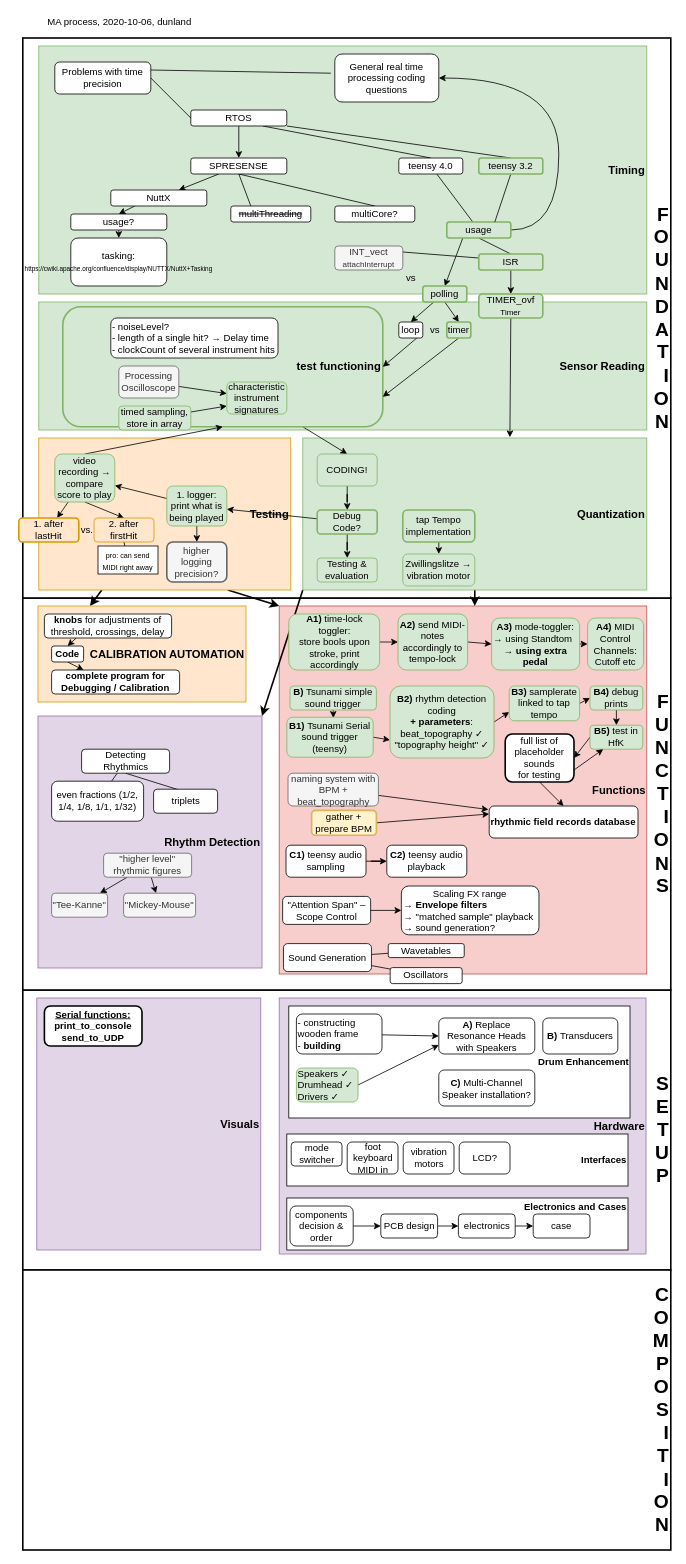
Before: page "current" (1 of 6) of Doc/MA_progress.drawio in dunland/muscle, a draw.io diagram. Source tidied: cells renumbered, new cells numbered last; positions are measured from the earlier drawing's top-left corner, leaving out a move shared by most shapes. Both pictures are drawn from the tidied source at 80%, with x=0, y=0 at pixel (18, 14).
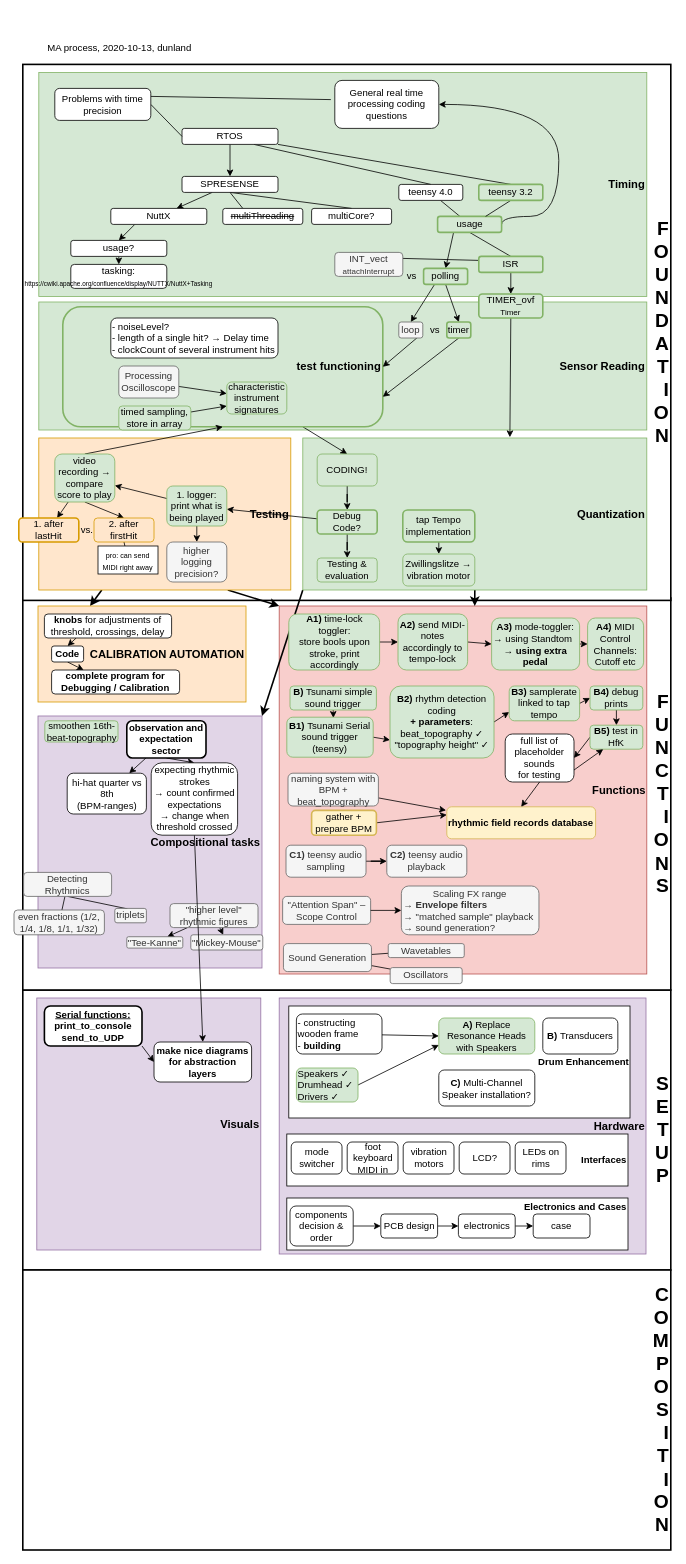
The same page after the edit.

Unchanged cells that the change refers to:
```xml
<mxCell id="125" value="&lt;b&gt;&lt;u&gt;Serial functions:&lt;br&gt;&lt;/u&gt;print_to_console&lt;/b&gt;&lt;br&gt;&lt;b&gt;send_to_UDP&lt;/b&gt;" style="rounded=1;whiteSpace=wrap;html=1;strokeWidth=2;" parent="1" vertex="1">
  <mxGeometry x="32" y="1240" width="122" height="50" as="geometry" />
</mxCell>
```

Diff of the diagram source:
```diff
@@
     <mxCell id="6" value="&lt;h1&gt;F&lt;br&gt;O&lt;br&gt;U&lt;br&gt;N&lt;br&gt;D&lt;br&gt;A&lt;br&gt;T&lt;br&gt;I&lt;br&gt;O&lt;br&gt;N&lt;/h1&gt;" style="rounded=0;whiteSpace=wrap;html=1;strokeWidth=2;align=right;" parent="1" vertex="1">
-      <mxGeometry x="5" y="30" width="810" height="700" as="geometry" />
+      <mxGeometry x="5" y="63" width="810" height="670" as="geometry" />
     </mxCell>
@@
     <mxCell id="11" value="&lt;font size=&quot;1&quot;&gt;&lt;b style=&quot;font-size: 14px&quot;&gt;Timing&lt;/b&gt;&lt;/font&gt;" style="rounded=0;whiteSpace=wrap;html=1;align=right;strokeColor=#82b366;fillColor=#d5e8d4;" parent="1" vertex="1">
-      <mxGeometry x="25" y="40" width="760" height="310" as="geometry" />
+      <mxGeometry x="25" y="73" width="760" height="280" as="geometry" />
     </mxCell>
@@
     <mxCell id="15" value="RTOS" style="rounded=1;whiteSpace=wrap;html=1;" parent="1" vertex="1">
-      <mxGeometry x="215" y="120" width="120" height="20" as="geometry" />
+      <mxGeometry x="204" y="143" width="120" height="20" as="geometry" />
     </mxCell>
@@
     <mxCell id="19" value="SPRESENSE" style="rounded=1;whiteSpace=wrap;html=1;" parent="1" vertex="1">
-      <mxGeometry x="215" y="180" width="120" height="20" as="geometry" />
+      <mxGeometry x="204" y="203" width="120" height="20" as="geometry" />
     </mxCell>
@@
     <mxCell id="21" value="NuttX" style="rounded=1;whiteSpace=wrap;html=1;" parent="1" vertex="1">
-      <mxGeometry x="115" y="220" width="120" height="20" as="geometry" />
+      <mxGeometry x="115" y="243" width="120" height="20" as="geometry" />
     </mxCell>
     <mxCell id="22" value="tasking:&lt;br&gt;&lt;div&gt;&lt;font style=&quot;font-size: 8px&quot;&gt;https://cwiki.apache.org/confluence/display/NUTTX/NuttX+Tasking&lt;/font&gt;&lt;/div&gt;" style="rounded=1;whiteSpace=wrap;html=1;" parent="1" vertex="1">
-      <mxGeometry x="65" y="280" width="120" height="60" as="geometry" />
+      <mxGeometry x="65" y="313" width="120" height="30" as="geometry" />
     </mxCell>
@@
     <mxCell id="24" value="teensy 4.0" style="rounded=1;whiteSpace=wrap;html=1;" parent="1" vertex="1">
-      <mxGeometry x="475" y="180" width="80" height="20" as="geometry" />
+      <mxGeometry x="475" y="213" width="80" height="20" as="geometry" />
     </mxCell>
     <mxCell id="25" style="edgeStyle=orthogonalEdgeStyle;rounded=0;jettySize=auto;html=1;exitX=1;exitY=0.5;exitDx=0;exitDy=0;entryX=1;entryY=0.5;entryDx=0;entryDy=0;endArrow=classic;endFill=1;curved=1;" parent="1" edge="1" source="28" target="34">
       <mxGeometry relative="1" as="geometry">
         <Array as="points">
-          <mxPoint x="675" y="270" />
-          <mxPoint x="675" y="80" />
+          <mxPoint x="603" y="253" />
+          <mxPoint x="675" y="253" />
+          <mxPoint x="675" y="113" />
         </Array>
       </mxGeometry>
     </mxCell>
@@
     <mxCell id="28" value="usage" style="rounded=1;whiteSpace=wrap;html=1;strokeWidth=2;fillColor=#d5e8d4;strokeColor=#82b366;" parent="1" vertex="1">
-      <mxGeometry x="535" y="260" width="80" height="20" as="geometry" />
+      <mxGeometry x="523.5" y="253" width="80" height="20" as="geometry" />
     </mxCell>
@@
     <mxCell id="30" value="teensy 3.2" style="rounded=1;whiteSpace=wrap;html=1;strokeWidth=2;fillColor=#d5e8d4;strokeColor=#82b366;" parent="1" vertex="1">
-      <mxGeometry x="575" y="180" width="80" height="20" as="geometry" />
+      <mxGeometry x="575" y="213" width="80" height="20" as="geometry" />
     </mxCell>
@@
     <mxCell id="33" value="Problems with time precision" style="rounded=1;whiteSpace=wrap;html=1;" parent="1" vertex="1">
-      <mxGeometry x="45" y="60" width="120" height="40" as="geometry" />
+      <mxGeometry x="45" y="93" width="120" height="40" as="geometry" />
     </mxCell>
     <mxCell id="34" value="General real time processing coding questions" style="rounded=1;whiteSpace=wrap;html=1;" parent="1" vertex="1">
-      <mxGeometry x="395" y="50" width="130" height="60" as="geometry" />
+      <mxGeometry x="395" y="83" width="130" height="60" as="geometry" />
     </mxCell>
     <mxCell id="35" value="&lt;strike&gt;multiThreading&lt;/strike&gt;" style="rounded=1;whiteSpace=wrap;html=1;" parent="1" vertex="1">
-      <mxGeometry x="265" y="240" width="100" height="20" as="geometry" />
+      <mxGeometry x="255" y="243" width="100" height="20" as="geometry" />
     </mxCell>
     <mxCell id="36" value="multiCore?" style="rounded=1;whiteSpace=wrap;html=1;" parent="1" vertex="1">
-      <mxGeometry x="395" y="240" width="100" height="20" as="geometry" />
+      <mxGeometry x="366" y="243" width="100" height="20" as="geometry" />
     </mxCell>
-    <mxCell id="37" value="&lt;font size=&quot;1&quot;&gt;&lt;b style=&quot;font-size: 14px&quot;&gt;Rhythm Detection&lt;/b&gt;&lt;/font&gt;" style="rounded=0;whiteSpace=wrap;html=1;align=right;fillColor=#e1d5e7;strokeColor=#9673a6;" parent="1" vertex="1">
+    <mxCell id="37" value="&lt;font size=&quot;1&quot;&gt;&lt;b style=&quot;font-size: 14px&quot;&gt;Compositional tasks&lt;/b&gt;&lt;/font&gt;" style="rounded=0;whiteSpace=wrap;html=1;align=right;fillColor=#e1d5e7;strokeColor=#9673a6;" parent="1" vertex="1">
       <mxGeometry x="24" y="877.5" width="280" height="315" as="geometry" />
     </mxCell>
@@
-    <mxCell id="41" value="Sound Generation" style="rounded=1;whiteSpace=wrap;html=1;" parent="1" vertex="1">
+    <mxCell id="41" value="Sound Generation" style="rounded=1;whiteSpace=wrap;html=1;fillColor=#f5f5f5;strokeColor=#666666;fontColor=#333333;" parent="1" vertex="1">
       <mxGeometry x="330.8" y="1162" width="110" height="35" as="geometry" />
     </mxCell>
-    <mxCell id="42" value="Wavetables" style="rounded=1;whiteSpace=wrap;html=1;" parent="1" vertex="1">
+    <mxCell id="42" value="Wavetables" style="rounded=1;whiteSpace=wrap;html=1;fillColor=#f5f5f5;strokeColor=#666666;fontColor=#333333;" parent="1" vertex="1">
       <mxGeometry x="461.8" y="1162" width="95" height="17.5" as="geometry" />
     </mxCell>
-    <mxCell id="43" value="Oscillators" style="rounded=1;whiteSpace=wrap;html=1;" parent="1" vertex="1">
+    <mxCell id="43" value="Oscillators" style="rounded=1;whiteSpace=wrap;html=1;fillColor=#f5f5f5;strokeColor=#666666;fontColor=#333333;" parent="1" vertex="1">
       <mxGeometry x="464.2" y="1192" width="90" height="20" as="geometry" />
     </mxCell>
-    <mxCell id="44" value="&quot;Attention Span&quot; ‒ Scope Control" style="rounded=1;whiteSpace=wrap;html=1;" parent="1" vertex="1">
+    <mxCell id="44" value="&quot;Attention Span&quot; ‒ Scope Control" style="rounded=1;whiteSpace=wrap;html=1;fillColor=#f5f5f5;strokeColor=#666666;fontColor=#333333;" parent="1" vertex="1">
       <mxGeometry x="329.8" y="1103" width="110" height="35" as="geometry" />
     </mxCell>
@@
-    <mxCell id="47" value="Detecting Rhythmics" style="rounded=1;whiteSpace=wrap;html=1;" parent="1" vertex="1">
-      <mxGeometry x="78.5" y="919" width="110" height="30" as="geometry" />
+    <mxCell id="47" value="Detecting Rhythmics" style="rounded=1;whiteSpace=wrap;html=1;fillColor=#f5f5f5;strokeColor=#666666;fontColor=#333333;" parent="1" vertex="1">
+      <mxGeometry x="6" y="1073" width="110" height="30" as="geometry" />
     </mxCell>
-    <mxCell id="48" value="even fractions (1/2, 1/4, 1/8, 1/1, 1/32)" style="rounded=1;whiteSpace=wrap;html=1;" parent="1" vertex="1">
-      <mxGeometry x="41" y="959" width="115" height="50" as="geometry" />
+    <mxCell id="48" value="even fractions (1/2, 1/4, 1/8, 1/1, 1/32)" style="rounded=1;whiteSpace=wrap;html=1;fillColor=#f5f5f5;strokeColor=#666666;fontColor=#333333;" parent="1" vertex="1">
+      <mxGeometry x="-6" y="1120" width="113" height="31" as="geometry" />
     </mxCell>
-    <mxCell id="49" value="triplets" style="rounded=1;whiteSpace=wrap;html=1;" parent="1" vertex="1">
-      <mxGeometry x="168.5" y="969" width="80" height="30" as="geometry" />
+    <mxCell id="49" value="triplets" style="rounded=1;whiteSpace=wrap;html=1;fillColor=#f5f5f5;strokeColor=#666666;fontColor=#333333;" parent="1" vertex="1">
+      <mxGeometry x="120" y="1118" width="39.5" height="18" as="geometry" />
     </mxCell>
@@
     <mxCell id="52" value="&quot;higher level&quot; rhythmic figures" style="rounded=1;whiteSpace=wrap;html=1;fillColor=#f5f5f5;strokeColor=#666666;fontColor=#333333;" parent="1" vertex="1">
-      <mxGeometry x="106" y="1049" width="110" height="30" as="geometry" />
+      <mxGeometry x="189" y="1112" width="110" height="30" as="geometry" />
     </mxCell>
     <mxCell id="53" value="&quot;Mickey-Mouse&quot;" style="rounded=1;whiteSpace=wrap;html=1;fillColor=#f5f5f5;strokeColor=#666666;fontColor=#333333;" parent="1" vertex="1">
-      <mxGeometry x="131" y="1099" width="90" height="30" as="geometry" />
+      <mxGeometry x="215" y="1151" width="90" height="19" as="geometry" />
     </mxCell>
     <mxCell id="54" value="&quot;Tee-Kanne&quot;" style="rounded=1;whiteSpace=wrap;html=1;fillColor=#f5f5f5;strokeColor=#666666;fontColor=#333333;" parent="1" vertex="1">
-      <mxGeometry x="41" y="1099" width="70" height="30" as="geometry" />
+      <mxGeometry x="135" y="1153.4" width="70" height="14.2" as="geometry" />
     </mxCell>
-    <mxCell id="55" value="&lt;div align=&quot;left&quot;&gt;MA process, 2020-10-06, dunland&lt;br&gt;&lt;/div&gt;" style="text;html=1;strokeColor=none;fillColor=none;align=left;verticalAlign=middle;whiteSpace=wrap;rounded=0;" parent="1" vertex="1">
-      <mxGeometry x="34" width="350" height="20" as="geometry" />
+    <mxCell id="55" value="&lt;div align=&quot;left&quot;&gt;MA process, 2020-10-13, dunland&lt;br&gt;&lt;/div&gt;" style="text;html=1;strokeColor=none;fillColor=none;align=left;verticalAlign=middle;whiteSpace=wrap;rounded=0;" parent="1" vertex="1">
+      <mxGeometry x="34" y="33" width="350" height="20" as="geometry" />
     </mxCell>
@@
     <mxCell id="61" value="ISR" style="rounded=1;whiteSpace=wrap;html=1;strokeWidth=2;fillColor=#d5e8d4;strokeColor=#82b366;" parent="1" vertex="1">
-      <mxGeometry x="575" y="300" width="80" height="20" as="geometry" />
+      <mxGeometry x="575" y="303" width="80" height="20" as="geometry" />
     </mxCell>
@@
     <mxCell id="63" value="usage?" style="rounded=1;whiteSpace=wrap;html=1;" parent="1" vertex="1">
-      <mxGeometry x="65" y="250" width="120" height="20" as="geometry" />
+      <mxGeometry x="65" y="283" width="120" height="20" as="geometry" />
     </mxCell>
@@
     <mxCell id="72" value="polling" style="rounded=1;whiteSpace=wrap;html=1;strokeWidth=2;fillColor=#d5e8d4;strokeColor=#82b366;" parent="1" vertex="1">
-      <mxGeometry x="505" y="340" width="55" height="20" as="geometry" />
+      <mxGeometry x="506" y="318" width="55" height="20" as="geometry" />
     </mxCell>
     <mxCell id="73" value="vs" style="text;html=1;align=center;verticalAlign=middle;" parent="1" vertex="1">
-      <mxGeometry x="475" y="320" width="30" height="20" as="geometry" />
+      <mxGeometry x="476" y="318" width="30" height="20" as="geometry" />
     </mxCell>
@@
-    <mxCell id="75" value="loop" style="rounded=1;whiteSpace=wrap;html=1;strokeWidth=1;" parent="1" vertex="1">
+    <mxCell id="75" value="loop" style="rounded=1;whiteSpace=wrap;html=1;strokeWidth=1;fillColor=#f5f5f5;strokeColor=#666666;fontColor=#333333;" parent="1" vertex="1">
       <mxGeometry x="475" y="385" width="30" height="20" as="geometry" />
     </mxCell>
@@
     <mxCell id="98" value="INT_vect&lt;br style=&quot;font-size: 8px&quot;&gt;&lt;font size=&quot;1&quot;&gt;attachInterrupt&lt;/font&gt;" style="rounded=1;whiteSpace=wrap;html=1;strokeWidth=1;fillColor=#f5f5f5;strokeColor=#666666;fontColor=#333333;" parent="1" vertex="1">
-      <mxGeometry x="395" y="290" width="85" height="30" as="geometry" />
+      <mxGeometry x="395" y="298" width="85" height="30" as="geometry" />
     </mxCell>
@@
-    <mxCell id="115" value="higher logging precision?" style="rounded=1;whiteSpace=wrap;html=1;strokeWidth=2;fillColor=#f5f5f5;strokeColor=#666666;fontColor=#333333;" parent="1" vertex="1">
+    <mxCell id="115" value="higher logging precision?" style="rounded=1;whiteSpace=wrap;html=1;strokeWidth=1;fillColor=#f5f5f5;strokeColor=#666666;fontColor=#333333;" parent="1" vertex="1">
       <mxGeometry x="185" y="660" width="75" height="50" as="geometry" />
     </mxCell>
@@
-    <mxCell id="121" value="&lt;b&gt;C1)&lt;/b&gt;&amp;nbsp;teensy audio sampling" style="rounded=1;whiteSpace=wrap;html=1;strokeWidth=1;" parent="1" vertex="1">
+    <mxCell id="121" value="&lt;b&gt;C1)&lt;/b&gt;&amp;nbsp;teensy audio sampling" style="rounded=1;whiteSpace=wrap;html=1;strokeWidth=1;fillColor=#f5f5f5;strokeColor=#666666;fontColor=#333333;" parent="1" vertex="1">
       <mxGeometry x="334" y="1039" width="100" height="40" as="geometry" />
     </mxCell>
-    <mxCell id="122" value="&lt;b&gt;rhythmic field records database&lt;/b&gt;" style="rounded=1;whiteSpace=wrap;html=1;strokeWidth=1;align=left;" parent="1" vertex="1">
-      <mxGeometry x="588" y="990" width="186" height="40" as="geometry" />
+    <mxCell id="122" value="&lt;b&gt;rhythmic field records database&lt;/b&gt;" style="rounded=1;whiteSpace=wrap;html=1;strokeWidth=1;align=left;fillColor=#fff2cc;strokeColor=#d6b656;" parent="1" vertex="1">
+      <mxGeometry x="535" y="991" width="186" height="40" as="geometry" />
     </mxCell>
-    <mxCell id="123" value="&lt;b&gt;C2)&lt;/b&gt;&amp;nbsp;teensy audio playback" style="rounded=1;whiteSpace=wrap;html=1;strokeWidth=1;" parent="1" vertex="1">
+    <mxCell id="123" value="&lt;b&gt;C2)&lt;/b&gt;&amp;nbsp;teensy audio playback" style="rounded=1;whiteSpace=wrap;html=1;strokeWidth=1;fillColor=#f5f5f5;strokeColor=#666666;fontColor=#333333;" parent="1" vertex="1">
       <mxGeometry x="460" y="1039" width="100" height="40" as="geometry" />
     </mxCell>
@@
+    <mxCell id="168" style="rounded=0;jettySize=auto;html=1;exitX=1;exitY=1;exitDx=0;exitDy=0;entryX=0;entryY=0.5;entryDx=0;entryDy=0;" parent="1" edge="1" source="125" target="177">
+      <mxGeometry relative="1" as="geometry" />
+    </mxCell>
@@
-    <mxCell id="126" value="Scaling FX range &lt;br&gt;&lt;div style=&quot;text-align: left&quot;&gt;&lt;span&gt;&lt;b&gt;→ Envelope filters&lt;/b&gt;&lt;/span&gt;&lt;/div&gt;&lt;div style=&quot;text-align: left&quot;&gt;&lt;span&gt;→ &quot;matched sample&quot; playback&amp;nbsp;&lt;/span&gt;&lt;/div&gt;&lt;div style=&quot;text-align: left&quot;&gt;&lt;span&gt;→ sound generation?&lt;/span&gt;&lt;/div&gt;" style="rounded=1;whiteSpace=wrap;html=1;" parent="1" vertex="1">
+    <mxCell id="126" value="Scaling FX range &lt;br&gt;&lt;div style=&quot;text-align: left&quot;&gt;&lt;span&gt;&lt;b&gt;→ Envelope filters&lt;/b&gt;&lt;/span&gt;&lt;/div&gt;&lt;div style=&quot;text-align: left&quot;&gt;&lt;span&gt;→ &quot;matched sample&quot; playback&amp;nbsp;&lt;/span&gt;&lt;/div&gt;&lt;div style=&quot;text-align: left&quot;&gt;&lt;span&gt;→ sound generation?&lt;/span&gt;&lt;/div&gt;" style="rounded=1;whiteSpace=wrap;html=1;fillColor=#f5f5f5;strokeColor=#666666;fontColor=#333333;" parent="1" vertex="1">
       <mxGeometry x="478.2" y="1090" width="172" height="61" as="geometry" />
     </mxCell>
@@
-    <mxCell id="140" value="&lt;b&gt;A) &lt;/b&gt;Replace Resonance Heads with Speakers" style="rounded=1;whiteSpace=wrap;html=1;" parent="1" vertex="1">
+    <mxCell id="140" value="&lt;b&gt;A) &lt;/b&gt;Replace Resonance Heads with Speakers" style="rounded=1;whiteSpace=wrap;html=1;fillColor=#d5e8d4;strokeColor=#82b366;" parent="1" vertex="1">
       <mxGeometry x="525" y="1255" width="120" height="45" as="geometry" />
     </mxCell>
@@
-    <mxCell id="161" value="full list of placeholder sounds&lt;br&gt;for testing" style="rounded=1;whiteSpace=wrap;html=1;strokeWidth=2;" parent="1" vertex="1">
+    <mxCell id="161" value="full list of placeholder sounds&lt;br&gt;for testing" style="rounded=1;whiteSpace=wrap;html=1;strokeWidth=1;" parent="1" vertex="1">
       <mxGeometry x="608" y="900" width="86" height="60" as="geometry" />
     </mxCell>
@@
     <mxCell id="164" value="mode switcher" style="rounded=1;whiteSpace=wrap;html=1;" parent="1" vertex="1">
-      <mxGeometry x="340.5" y="1410" width="63.5" height="30" as="geometry" />
+      <mxGeometry x="340.5" y="1410" width="63.5" height="40" as="geometry" />
     </mxCell>
@@
+    <mxCell id="169" value="smoothen 16th-beat-topography" style="rounded=1;whiteSpace=wrap;html=1;strokeWidth=1;fillColor=#d5e8d4;strokeColor=#82b366;" parent="1" vertex="1">
+      <mxGeometry x="32.5" y="883.5" width="91.5" height="26.5" as="geometry" />
+    </mxCell>
+    <mxCell id="170" style="rounded=0;jettySize=auto;html=1;" parent="1" edge="1" source="172" target="173">
+      <mxGeometry relative="1" as="geometry" />
+    </mxCell>
+    <mxCell id="171" style="edgeStyle=none;rounded=0;jettySize=auto;html=1;exitX=0.5;exitY=1;exitDx=0;exitDy=0;entryX=0.5;entryY=0;entryDx=0;entryDy=0;" parent="1" edge="1" source="172" target="175">
+      <mxGeometry relative="1" as="geometry" />
+    </mxCell>
+    <mxCell id="172" value="observation and expectation sector" style="rounded=1;whiteSpace=wrap;html=1;strokeWidth=2;fontStyle=1;" parent="1" vertex="1">
+      <mxGeometry x="135" y="883.5" width="99" height="46.5" as="geometry" />
+    </mxCell>
+    <mxCell id="173" value="&lt;span style=&quot;font-weight: normal&quot;&gt;hi-hat quarter vs 8th&lt;br&gt;(BPM-ranges)&lt;br&gt;&lt;/span&gt;" style="rounded=1;whiteSpace=wrap;html=1;strokeWidth=1;fontStyle=1;" parent="1" vertex="1">
+      <mxGeometry x="60.5" y="949" width="99" height="51" as="geometry" />
+    </mxCell>
+    <mxCell id="174" style="edgeStyle=none;rounded=0;jettySize=auto;html=1;exitX=0.5;exitY=1;exitDx=0;exitDy=0;entryX=0.5;entryY=0;entryDx=0;entryDy=0;" parent="1" edge="1" source="175" target="177">
+      <mxGeometry relative="1" as="geometry" />
+    </mxCell>
+    <mxCell id="175" value="&lt;span style=&quot;font-weight: normal&quot;&gt;expecting rhythmic strokes&lt;br&gt;→ count confirmed expectations&lt;br&gt;→ change when threshold crossed&lt;br&gt;&lt;/span&gt;" style="rounded=1;whiteSpace=wrap;html=1;strokeWidth=1;fontStyle=1;" parent="1" vertex="1">
+      <mxGeometry x="165.5" y="936" width="108" height="90.5" as="geometry" />
+    </mxCell>
+    <mxCell id="176" value="LEDs on rims" style="rounded=1;whiteSpace=wrap;html=1;" parent="1" vertex="1">
+      <mxGeometry x="620.5" y="1410" width="63.5" height="40" as="geometry" />
+    </mxCell>
+    <mxCell id="177" value="&lt;b&gt;make nice diagrams&lt;br&gt;for abstraction layers&lt;br&gt;&lt;/b&gt;" style="rounded=1;whiteSpace=wrap;html=1;strokeWidth=1;" parent="1" vertex="1">
+      <mxGeometry x="169" y="1285" width="122" height="50" as="geometry" />
+    </mxCell>
```
